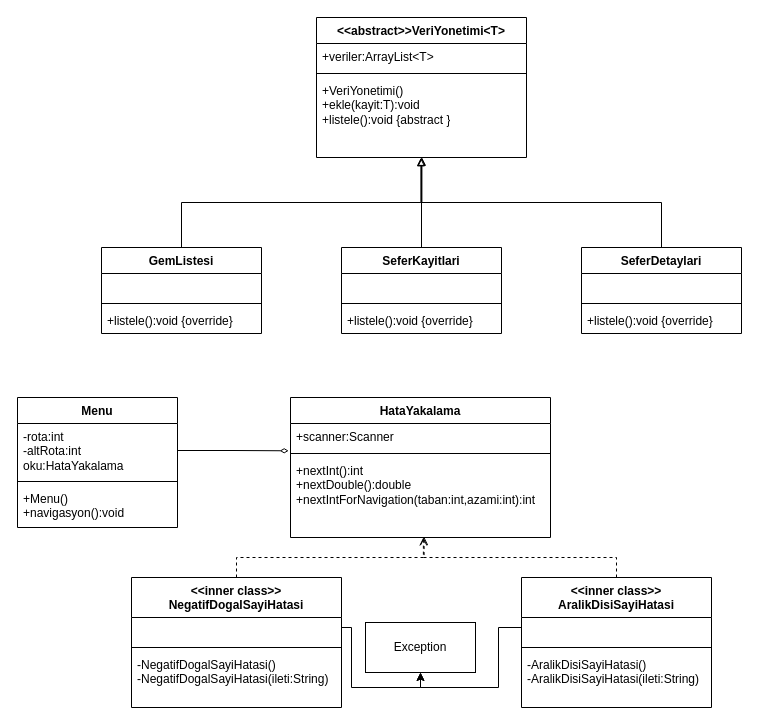
The draw.io diagram UML/GSOS.drawio in kaancivelek/GSOS_Gemi-Sefer-Optimizasyon-Sistemi, before the edit. Source tidied: cells renumbered, new cells numbered last; positions are measured from the earlier drawing's top-left corner, leaving out a move shared by most shapes. Both pictures are drawn from the tidied source at 100%, with x=0, y=0 at pixel (17, 17).
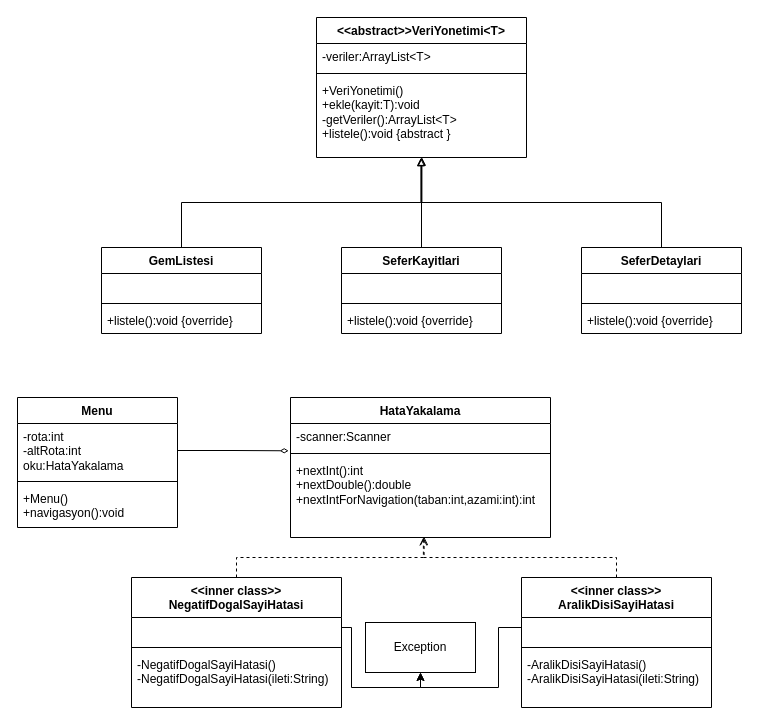
After the change.

Unchanged cells that the change refers to:
```xml
<mxCell id="3" value="&lt;div&gt;&amp;lt;&amp;lt;abstract&amp;gt;&amp;gt;&lt;span style=&quot;background-color: initial;&quot;&gt;VeriYonetimi&amp;lt;T&amp;gt;&lt;/span&gt;&lt;/div&gt;" style="swimlane;fontStyle=1;align=center;verticalAlign=top;horizontal=1;startSize=26;whiteSpace=wrap;html=1;" parent="2" vertex="1">
  <mxGeometry x="215" width="210" height="140" as="geometry" />
</mxCell>
<mxCell id="24" value="HataYakalama" style="swimlane;fontStyle=1;align=center;verticalAlign=top;horizontal=1;startSize=26;whiteSpace=wrap;html=1;" parent="23" vertex="1">
  <mxGeometry x="159" width="260" height="140" as="geometry" />
</mxCell>
```

What changed in the source:
```diff
@@
-    <mxCell id="4" value="+veriler:ArrayList&amp;lt;T&amp;gt;&lt;div&gt;&lt;br&gt;&lt;/div&gt;" style="text;strokeColor=none;fillColor=none;align=left;verticalAlign=top;spacingLeft=4;spacingRight=4;overflow=hidden;whiteSpace=wrap;html=1;" parent="3" vertex="1">
+    <mxCell id="4" value="-veriler:ArrayList&amp;lt;T&amp;gt;&lt;div&gt;&lt;br&gt;&lt;/div&gt;" style="text;strokeColor=none;fillColor=none;align=left;verticalAlign=top;spacingLeft=4;spacingRight=4;overflow=hidden;whiteSpace=wrap;html=1;" parent="3" vertex="1">
       <mxGeometry y="26" width="210" height="26" as="geometry" />
     </mxCell>
@@
-    <mxCell id="6" value="&lt;div&gt;+VeriYonetimi()&lt;/div&gt;&lt;div&gt;+ekle(kayit:T):void&lt;/div&gt;+listele():void {abstract }" style="text;strokeColor=none;fillColor=none;align=left;verticalAlign=top;spacingLeft=4;spacingRight=4;overflow=hidden;points=[[0,0.5],[1,0.5]];portConstraint=eastwest;whiteSpace=wrap;html=1;" parent="3" vertex="1">
+    <mxCell id="6" value="&lt;div&gt;+VeriYonetimi()&lt;/div&gt;&lt;div&gt;+ekle(kayit:T):void&lt;/div&gt;&lt;div&gt;-getVeriler():ArrayList&amp;lt;T&amp;gt;&lt;/div&gt;+listele():void {abstract }" style="text;strokeColor=none;fillColor=none;align=left;verticalAlign=top;spacingLeft=4;spacingRight=4;overflow=hidden;points=[[0,0.5],[1,0.5]];portConstraint=eastwest;whiteSpace=wrap;html=1;" parent="3" vertex="1">
       <mxGeometry y="60" width="210" height="80" as="geometry" />
     </mxCell>
@@
-    <mxCell id="25" value="+scanner:Scanner" style="text;strokeColor=none;fillColor=none;align=left;verticalAlign=top;spacingLeft=4;spacingRight=4;overflow=hidden;points=[[0,0.5],[1,0.5]];portConstraint=eastwest;whiteSpace=wrap;html=1;" parent="24" vertex="1">
+    <mxCell id="25" value="-scanner:Scanner" style="text;strokeColor=none;fillColor=none;align=left;verticalAlign=top;spacingLeft=4;spacingRight=4;overflow=hidden;points=[[0,0.5],[1,0.5]];portConstraint=eastwest;whiteSpace=wrap;html=1;" parent="24" vertex="1">
       <mxGeometry y="26" width="260" height="26" as="geometry" />
     </mxCell>
```
